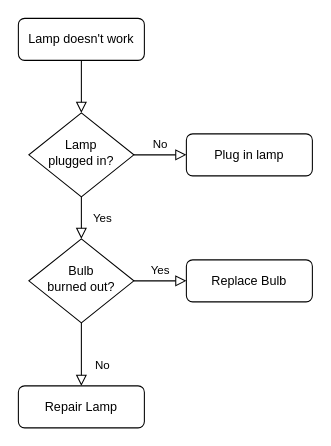
Above: Untitled Diagram.drawio in mysteryman04/marketplace (draw.io), before the change. Source tidied: cells renumbered, new cells numbered last; positions are measured from the earlier drawing's top-left corner, leaving out a move shared by most shapes. Both pictures are drawn from the tidied source at 105%, with x=0, y=0 at pixel (18, 18).
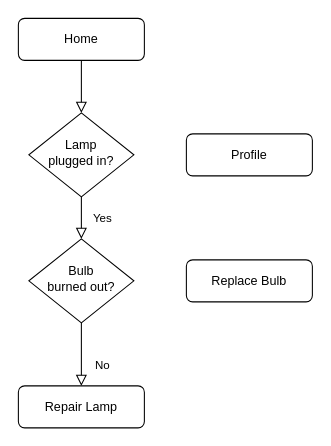
Above is the later version.

Diff of the diagram source:
```diff
@@
 <mxGraphModel>
   <root>
     <mxCell id="0" />
     <mxCell id="1" parent="0" />
     <mxCell id="2" style="rounded=0;html=1;jettySize=auto;fontSize=11;endArrow=block;endFill=0;endSize=8;strokeWidth=1;shadow=0;labelBackgroundColor=none;edgeStyle=orthogonalEdgeStyle;" parent="1" edge="1" source="3" target="6">
       <mxGeometry relative="1" as="geometry" />
     </mxCell>
-    <mxCell id="3" value="Lamp doesn't work" style="rounded=1;whiteSpace=wrap;html=1;fontSize=12;glass=0;strokeWidth=1;shadow=0;" parent="1" vertex="1">
+    <mxCell id="3" value="Home" style="rounded=1;whiteSpace=wrap;html=1;fontSize=12;glass=0;strokeWidth=1;shadow=0;" parent="1" vertex="1">
       <mxGeometry width="120" height="40" as="geometry" />
     </mxCell>
     <mxCell id="4" value="Yes" style="rounded=0;html=1;jettySize=auto;fontSize=11;endArrow=block;endFill=0;endSize=8;strokeWidth=1;shadow=0;labelBackgroundColor=none;edgeStyle=orthogonalEdgeStyle;" parent="1" edge="1" source="6" target="10">
       <mxGeometry y="20" relative="1" as="geometry" />
     </mxCell>
-    <mxCell id="5" value="No" style="edgeStyle=orthogonalEdgeStyle;rounded=0;html=1;jettySize=auto;fontSize=11;endArrow=block;endFill=0;endSize=8;strokeWidth=1;shadow=0;labelBackgroundColor=none;" parent="1" edge="1" source="6" target="7">
-      <mxGeometry y="10" relative="1" as="geometry" />
-    </mxCell>
     <mxCell id="6" value="Lamp&lt;br&gt;plugged in?" style="rhombus;whiteSpace=wrap;html=1;shadow=0;fontFamily=Helvetica;fontSize=12;align=center;strokeWidth=1;spacing=6;spacingTop=-4;" parent="1" vertex="1">
       <mxGeometry x="10" y="90" width="100" height="80" as="geometry" />
     </mxCell>
-    <mxCell id="7" value="Plug in lamp" style="rounded=1;whiteSpace=wrap;html=1;fontSize=12;glass=0;strokeWidth=1;shadow=0;" parent="1" vertex="1">
+    <mxCell id="7" value="Profile" style="rounded=1;whiteSpace=wrap;html=1;fontSize=12;glass=0;strokeWidth=1;shadow=0;" parent="1" vertex="1">
       <mxGeometry x="160" y="110" width="120" height="40" as="geometry" />
     </mxCell>
     <mxCell id="8" value="No" style="rounded=0;html=1;jettySize=auto;fontSize=11;endArrow=block;endFill=0;endSize=8;strokeWidth=1;shadow=0;labelBackgroundColor=none;edgeStyle=orthogonalEdgeStyle;" parent="1" edge="1" source="10" target="11">
       <mxGeometry x="0.33" y="20" relative="1" as="geometry" />
     </mxCell>
-    <mxCell id="9" value="Yes" style="edgeStyle=orthogonalEdgeStyle;rounded=0;html=1;jettySize=auto;fontSize=11;endArrow=block;endFill=0;endSize=8;strokeWidth=1;shadow=0;labelBackgroundColor=none;" parent="1" edge="1" source="10" target="12">
-      <mxGeometry y="10" relative="1" as="geometry" />
-    </mxCell>
     <mxCell id="10" value="Bulb&lt;br&gt;burned out?" style="rhombus;whiteSpace=wrap;html=1;shadow=0;fontFamily=Helvetica;fontSize=12;align=center;strokeWidth=1;spacing=6;spacingTop=-4;" parent="1" vertex="1">
       <mxGeometry x="10" y="210" width="100" height="80" as="geometry" />
     </mxCell>
     <mxCell id="11" value="Repair Lamp" style="rounded=1;whiteSpace=wrap;html=1;fontSize=12;glass=0;strokeWidth=1;shadow=0;" parent="1" vertex="1">
       <mxGeometry y="350" width="120" height="40" as="geometry" />
     </mxCell>
     <mxCell id="12" value="Replace Bulb" style="rounded=1;whiteSpace=wrap;html=1;fontSize=12;glass=0;strokeWidth=1;shadow=0;" parent="1" vertex="1">
       <mxGeometry x="160" y="230" width="120" height="40" as="geometry" />
     </mxCell>
   </root>
 </mxGraphModel>
```
